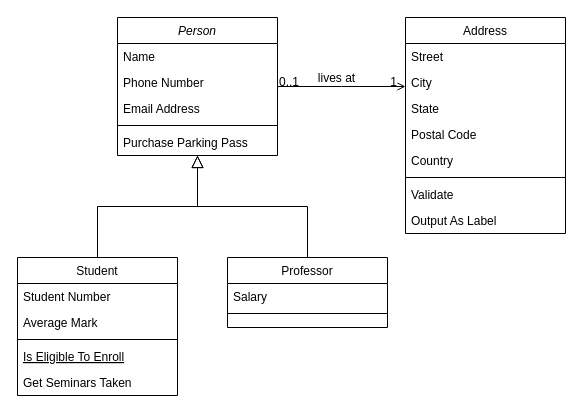
This is design-patterns.drawio from ccoderJava/draw-diagrams, a draw.io file, before an edit. Source tidied: cells renumbered, new cells numbered last; positions are measured from the earlier drawing's top-left corner, leaving out a move shared by most shapes. Both pictures are drawn from the tidied source at 100%, with x=0, y=0 at pixel (17, 17).
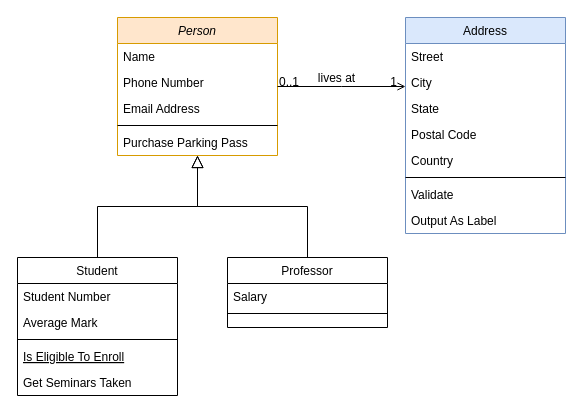
The same diagram, later.

Diff of the diagram source:
```diff
@@
-    <mxCell id="2" value="Person" style="swimlane;fontStyle=2;align=center;verticalAlign=top;horizontal=1;startSize=26;rounded=0;shadow=0;strokeWidth=1;" parent="1" vertex="1">
+    <mxCell id="2" value="Person" style="swimlane;fontStyle=2;align=center;verticalAlign=top;horizontal=1;startSize=26;rounded=0;shadow=0;strokeWidth=1;fillColor=#ffe6cc;strokeColor=#d79b00;fillStyle=auto;gradientColor=none;" parent="1" vertex="1">
       <mxGeometry x="100" width="160" height="138" as="geometry" />
     </mxCell>
@@
-    <mxCell id="19" value="Address" style="swimlane;fontStyle=0;align=center;verticalAlign=top;horizontal=1;startSize=26;rounded=0;shadow=0;strokeWidth=1;" parent="1" vertex="1">
+    <mxCell id="19" value="Address" style="swimlane;fontStyle=0;align=center;verticalAlign=top;horizontal=1;startSize=26;rounded=0;shadow=0;strokeWidth=1;fillColor=#dae8fc;strokeColor=#6c8ebf;" parent="1" vertex="1">
       <mxGeometry x="388" width="160" height="216" as="geometry" />
     </mxCell>
```
